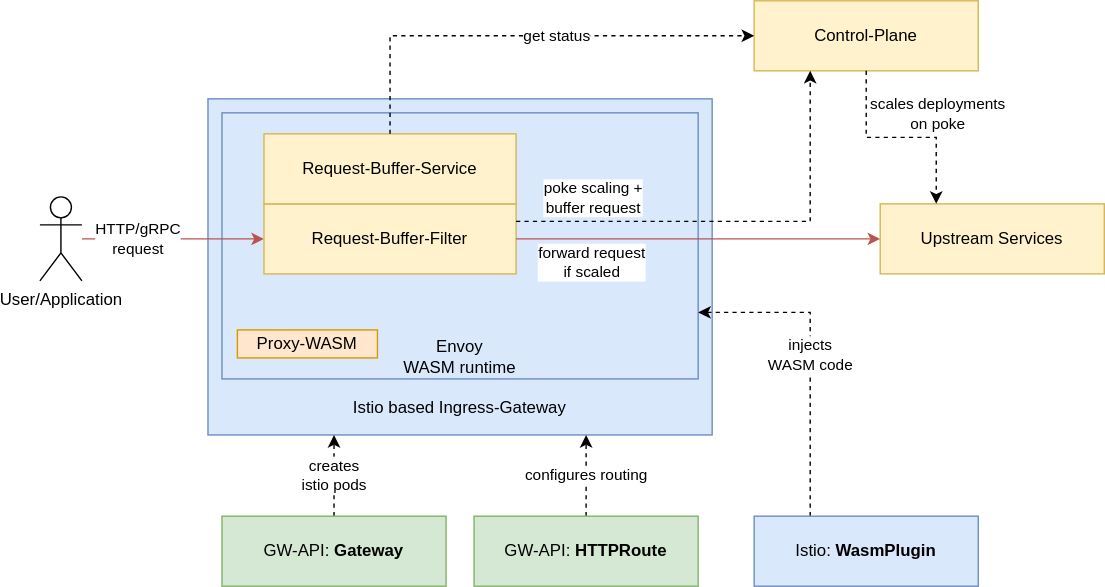
ReToCode/envoy-request-buffer keeps this draw.io diagram as docs/kubernetes-overview.drawio.svg. Above is the earlier version. Source tidied: cells renumbered, new cells last; positions are measured from the earlier drawing's top-left corner, leaving out a move shared by most shapes.
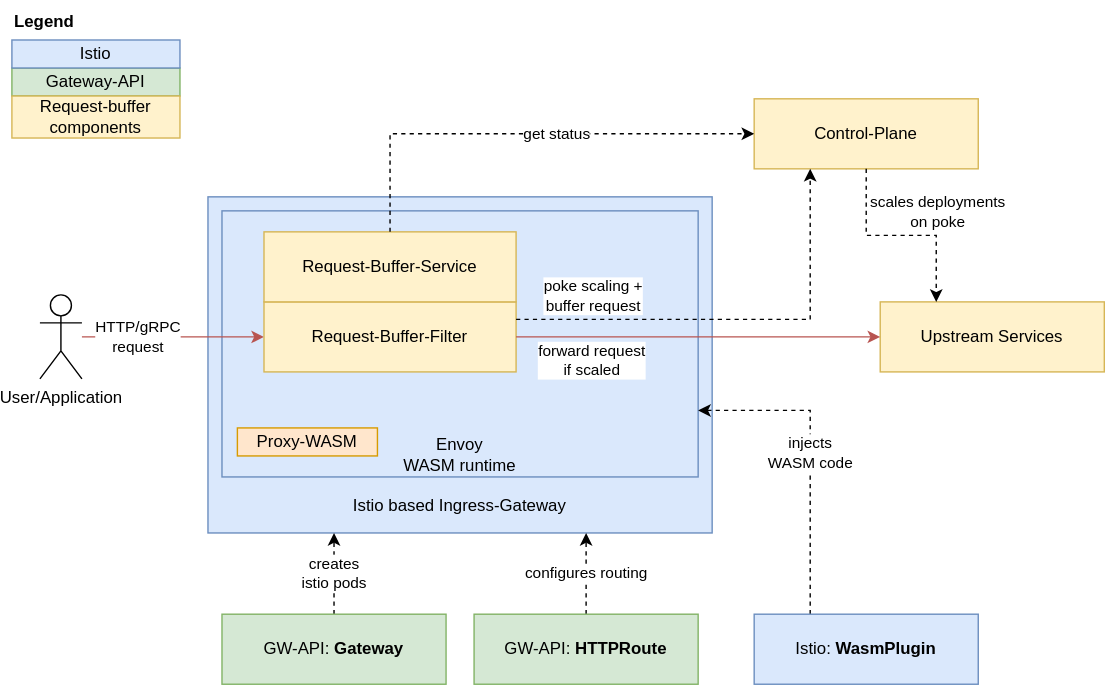
After the change.

Diff of the diagram source:
```diff
@@ -68,5 +68,17 @@
         <mxPoint x="1" y="-34" as="offset" />
       </mxGeometry>
     </mxCell>
+    <mxCell id="21" value="Gateway-API" style="rounded=0;whiteSpace=wrap;html=1;fillColor=#d5e8d4;strokeColor=#82b366;" parent="1" vertex="1">
+      <mxGeometry x="-20" y="-22" width="120" height="20" as="geometry" />
+    </mxCell>
+    <mxCell id="22" value="&lt;b&gt;Legend&lt;/b&gt;" style="text;html=1;strokeColor=none;fillColor=none;align=left;verticalAlign=middle;whiteSpace=wrap;rounded=0;" parent="1" vertex="1">
+      <mxGeometry x="-20" y="-70" width="60" height="30" as="geometry" />
+    </mxCell>
+    <mxCell id="23" value="Request-buffer components" style="rounded=0;whiteSpace=wrap;html=1;fillColor=#fff2cc;strokeColor=#d6b656;" parent="1" vertex="1">
+      <mxGeometry x="-20" y="-2" width="120" height="30" as="geometry" />
+    </mxCell>
+    <mxCell id="24" value="Istio" style="rounded=0;whiteSpace=wrap;html=1;fillColor=#dae8fc;strokeColor=#6c8ebf;" parent="1" vertex="1">
+      <mxGeometry x="-20" y="-42" width="120" height="20" as="geometry" />
+    </mxCell>
   </root>
 </mxGraphModel>
```
